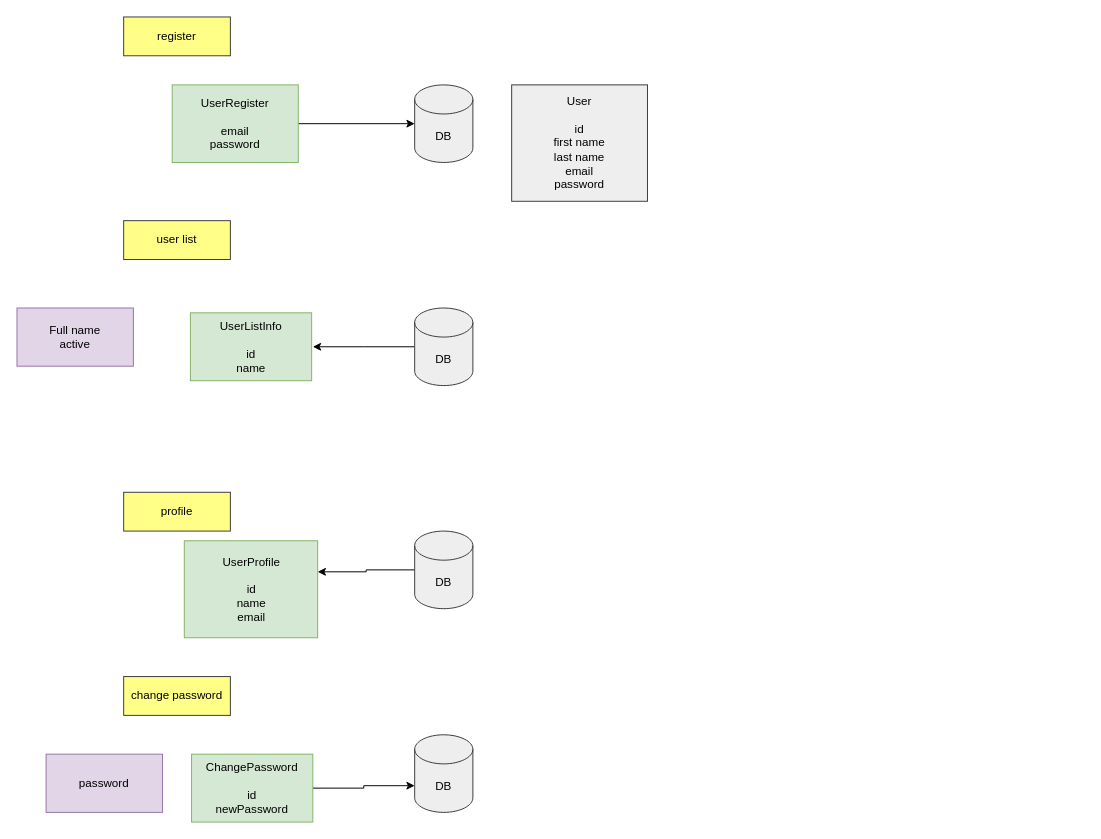
The draw.io diagram docs/code/backend/dto.drawio in cosminbucur/final-ro23, before the edit. Source tidied: cells renumbered, new cells numbered last; positions are measured from the earlier drawing's top-left corner, leaving out a move shared by most shapes. Both pictures are drawn from the tidied source at 97%, with x=0, y=0 at pixel (16, 16).
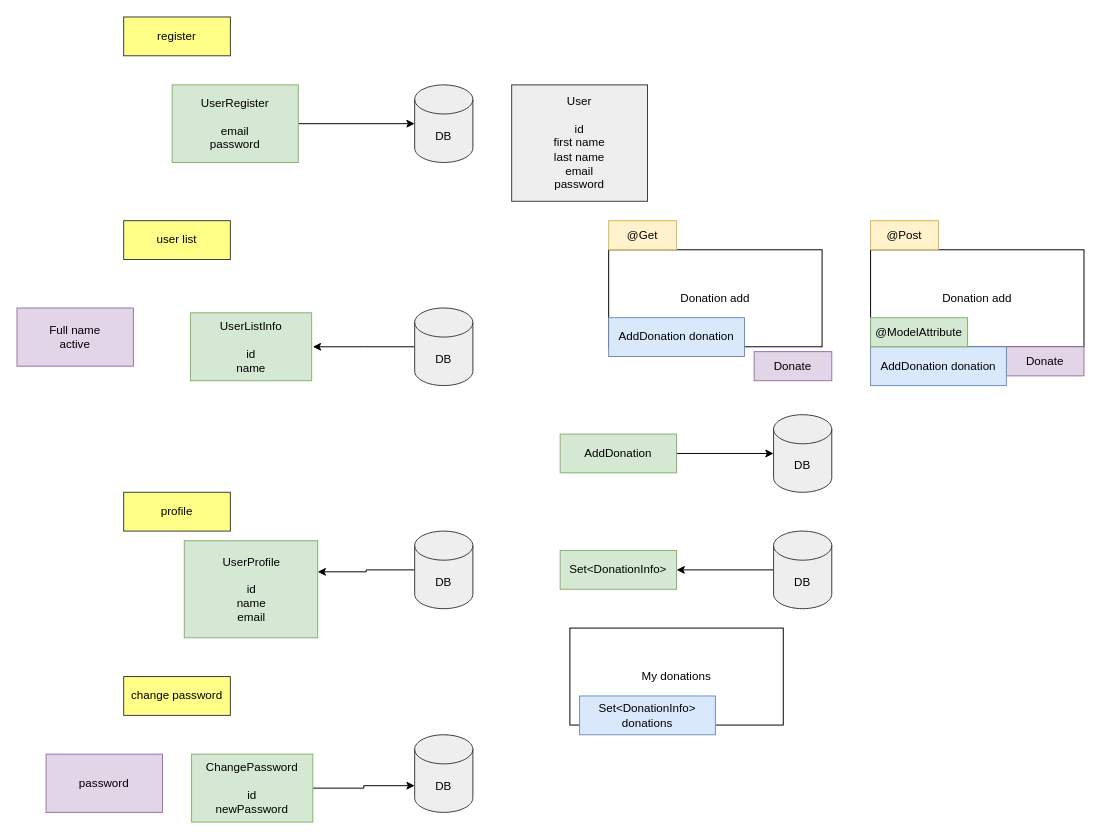
After the change.

Change to the diagram source:
```diff
@@
+    <mxCell id="21" value="Donation add" style="rounded=0;whiteSpace=wrap;html=1;" parent="1" vertex="1">
+      <mxGeometry x="610" y="240" width="220" height="100" as="geometry" />
+    </mxCell>
@@
+    <mxCell id="22" style="edgeStyle=orthogonalEdgeStyle;rounded=0;jettySize=auto;html=1;entryX=0;entryY=0.5;entryDx=0;entryDy=0;entryPerimeter=0;" parent="1" edge="1" source="23" target="24">
+      <mxGeometry relative="1" as="geometry" />
+    </mxCell>
+    <mxCell id="23" value="AddDonation" style="rounded=0;whiteSpace=wrap;html=1;fillColor=#d5e8d4;strokeColor=#82b366;" parent="1" vertex="1">
+      <mxGeometry x="560" y="430" width="120" height="40" as="geometry" />
+    </mxCell>
+    <mxCell id="24" value="DB" style="shape=cylinder3;whiteSpace=wrap;html=1;boundedLbl=1;backgroundOutline=1;size=15;fillColor=#eeeeee;strokeColor=#36393d;" parent="1" vertex="1">
+      <mxGeometry x="780" y="410" width="60" height="80" as="geometry" />
+    </mxCell>
+    <mxCell id="25" style="edgeStyle=orthogonalEdgeStyle;rounded=0;jettySize=auto;html=1;entryX=1;entryY=0.5;entryDx=0;entryDy=0;" parent="1" edge="1" source="26" target="27">
+      <mxGeometry relative="1" as="geometry" />
+    </mxCell>
+    <mxCell id="26" value="DB" style="shape=cylinder3;whiteSpace=wrap;html=1;boundedLbl=1;backgroundOutline=1;size=15;fillColor=#eeeeee;strokeColor=#36393d;" parent="1" vertex="1">
+      <mxGeometry x="780" y="530" width="60" height="80" as="geometry" />
+    </mxCell>
+    <mxCell id="27" value="Set&amp;lt;DonationInfo&amp;gt;" style="rounded=0;whiteSpace=wrap;html=1;fillColor=#d5e8d4;strokeColor=#82b366;" parent="1" vertex="1">
+      <mxGeometry x="560" y="550" width="120" height="40" as="geometry" />
+    </mxCell>
+    <mxCell id="28" value="AddDonation donation" style="rounded=0;whiteSpace=wrap;html=1;fillColor=#dae8fc;strokeColor=#6c8ebf;" parent="1" vertex="1">
+      <mxGeometry x="610" y="310" width="140" height="40" as="geometry" />
+    </mxCell>
+    <mxCell id="29" value="Donate" style="rounded=0;whiteSpace=wrap;html=1;fillColor=#e1d5e7;strokeColor=#9673a6;" parent="1" vertex="1">
+      <mxGeometry x="760" y="345" width="80" height="30" as="geometry" />
+    </mxCell>
+    <mxCell id="30" value="My donations" style="rounded=0;whiteSpace=wrap;html=1;" parent="1" vertex="1">
+      <mxGeometry x="570" y="630" width="220" height="100" as="geometry" />
+    </mxCell>
+    <mxCell id="31" value="Set&amp;lt;DonationInfo&amp;gt; donations" style="rounded=0;whiteSpace=wrap;html=1;fillColor=#dae8fc;strokeColor=#6c8ebf;" parent="1" vertex="1">
+      <mxGeometry x="580" y="700" width="140" height="40" as="geometry" />
+    </mxCell>
+    <mxCell id="32" value="@Get" style="rounded=0;whiteSpace=wrap;html=1;fillColor=#fff2cc;strokeColor=#d6b656;" parent="1" vertex="1">
+      <mxGeometry x="610" y="210" width="70" height="30" as="geometry" />
+    </mxCell>
+    <mxCell id="33" value="Donation add" style="rounded=0;whiteSpace=wrap;html=1;" parent="1" vertex="1">
+      <mxGeometry x="880" y="240" width="220" height="100" as="geometry" />
+    </mxCell>
+    <mxCell id="34" value="@Post" style="rounded=0;whiteSpace=wrap;html=1;fillColor=#fff2cc;strokeColor=#d6b656;" parent="1" vertex="1">
+      <mxGeometry x="880" y="210" width="70" height="30" as="geometry" />
+    </mxCell>
+    <mxCell id="35" value="Donate" style="rounded=0;whiteSpace=wrap;html=1;fillColor=#e1d5e7;strokeColor=#9673a6;" parent="1" vertex="1">
+      <mxGeometry x="1020" y="340" width="80" height="30" as="geometry" />
+    </mxCell>
+    <mxCell id="36" value="AddDonation donation" style="rounded=0;whiteSpace=wrap;html=1;fillColor=#dae8fc;strokeColor=#6c8ebf;" parent="1" vertex="1">
+      <mxGeometry x="880" y="340" width="140" height="40" as="geometry" />
+    </mxCell>
+    <mxCell id="37" value="@ModelAttribute" style="rounded=0;whiteSpace=wrap;html=1;fillColor=#d5e8d4;strokeColor=#82b366;" parent="1" vertex="1">
+      <mxGeometry x="880" y="310" width="100" height="30" as="geometry" />
+    </mxCell>
```
